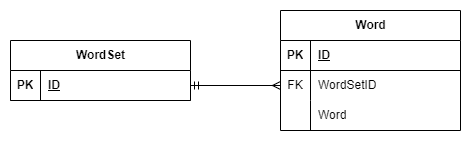
Thomas-Molen/VocabVersus keeps this draw.io diagram as Documentation/Research/Word Evaluator Research Assets/Untitled Diagram.drawio.png. Above is the earlier version. Source tidied: cells renumbered, new cells last; positions are measured from the earlier drawing's top-left corner, leaving out a move shared by most shapes. Its diagram source:
```xml
<mxGraphModel>
  <root>
    <mxCell id="0" />
    <mxCell id="1" parent="0" />
    <mxCell id="2" style="edgeStyle=orthogonalEdgeStyle;rounded=0;jettySize=auto;html=1;entryX=0;entryY=0.5;entryDx=0;entryDy=0;endArrow=ERmany;endFill=0;startArrow=ERmandOne;startFill=0;exitX=1;exitY=0.5;exitDx=0;exitDy=0;" parent="1" edge="1" source="4" target="11">
      <mxGeometry relative="1" as="geometry" />
    </mxCell>
    <mxCell id="3" value="WordSet" style="shape=table;startSize=30;rowLines=0;fontStyle=1;align=center;html=1;" parent="1" vertex="1">
      <mxGeometry y="30" width="180" height="60" as="geometry" />
    </mxCell>
    <mxCell id="4" style="shape=tableRow;horizontal=0;startSize=0;swimlaneHead=0;swimlaneBody=0;fillColor=none;points=[[0,0.5],[1,0.5]];portConstraint=eastwest;top=0;left=0;right=0;bottom=1;" parent="3" vertex="1">
      <mxGeometry y="30" width="180" height="30" as="geometry" />
    </mxCell>
    <mxCell id="5" value="PK" style="shape=partialRectangle;fillColor=none;top=0;left=0;bottom=0;right=0;fontStyle=1;overflow=hidden;whiteSpace=wrap;html=1;" parent="4" vertex="1">
      <mxGeometry width="30" height="30" as="geometry" />
    </mxCell>
    <mxCell id="6" value="ID" style="shape=partialRectangle;fillColor=none;top=0;left=0;bottom=0;right=0;align=left;spacingLeft=6;fontStyle=5;overflow=hidden;whiteSpace=wrap;html=1;" parent="4" vertex="1">
      <mxGeometry x="30" width="150" height="30" as="geometry" />
    </mxCell>
    <mxCell id="7" value="Word" style="shape=table;startSize=30;rowLines=0;fontStyle=1;align=center;html=1;" parent="1" vertex="1">
      <mxGeometry x="270" width="180" height="120" as="geometry" />
    </mxCell>
    <mxCell id="8" style="shape=tableRow;horizontal=0;startSize=0;swimlaneHead=0;swimlaneBody=0;fillColor=none;top=0;left=0;right=0;bottom=1;" parent="7" vertex="1">
      <mxGeometry y="30" width="180" height="30" as="geometry" />
    </mxCell>
    <mxCell id="9" value="PK" style="shape=partialRectangle;fillColor=none;top=0;left=0;bottom=0;right=0;fontStyle=1;overflow=hidden;whiteSpace=wrap;html=1;" parent="8" vertex="1">
      <mxGeometry width="30" height="30" as="geometry" />
    </mxCell>
    <mxCell id="10" value="ID" style="shape=partialRectangle;fillColor=none;top=0;left=0;bottom=0;right=0;align=left;spacingLeft=6;fontStyle=5;overflow=hidden;whiteSpace=wrap;html=1;" parent="8" vertex="1">
      <mxGeometry x="30" width="150" height="30" as="geometry" />
    </mxCell>
    <mxCell id="11" style="shape=tableRow;horizontal=0;startSize=0;swimlaneHead=0;swimlaneBody=0;fillColor=none;points=[[0,0.5],[1,0.5]];portConstraint=eastwest;top=0;left=0;right=0;bottom=0;" parent="7" vertex="1">
      <mxGeometry y="60" width="180" height="30" as="geometry" />
    </mxCell>
    <mxCell id="12" value="FK" style="shape=partialRectangle;fillColor=none;top=0;left=0;bottom=0;right=0;overflow=hidden;whiteSpace=wrap;html=1;" parent="11" vertex="1">
      <mxGeometry width="30" height="30" as="geometry" />
    </mxCell>
    <mxCell id="13" value="WordSetID" style="shape=partialRectangle;fillColor=none;top=0;left=0;bottom=0;right=0;align=left;spacingLeft=6;overflow=hidden;whiteSpace=wrap;html=1;" parent="11" vertex="1">
      <mxGeometry x="30" width="150" height="30" as="geometry" />
    </mxCell>
    <mxCell id="14" style="shape=tableRow;horizontal=0;startSize=0;swimlaneHead=0;swimlaneBody=0;fillColor=none;top=0;left=0;right=0;bottom=0;" parent="7" vertex="1">
      <mxGeometry y="90" width="180" height="30" as="geometry" />
    </mxCell>
    <mxCell id="15" style="shape=partialRectangle;fillColor=none;top=0;left=0;bottom=0;right=0;overflow=hidden;whiteSpace=wrap;html=1;" parent="14" vertex="1">
      <mxGeometry width="30" height="30" as="geometry" />
    </mxCell>
    <mxCell id="16" value="Word" style="shape=partialRectangle;fillColor=none;top=0;left=0;bottom=0;right=0;align=left;spacingLeft=6;overflow=hidden;whiteSpace=wrap;html=1;" parent="14" vertex="1">
      <mxGeometry x="30" width="150" height="30" as="geometry" />
    </mxCell>
  </root>
</mxGraphModel>
```
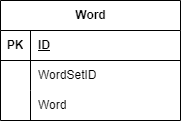
Later version of the same file.

Diff of the diagram source:
```diff
@@ -2,21 +2,6 @@
   <root>
     <mxCell id="0" />
     <mxCell id="1" parent="0" />
-    <mxCell id="2" style="edgeStyle=orthogonalEdgeStyle;rounded=0;jettySize=auto;html=1;entryX=0;entryY=0.5;entryDx=0;entryDy=0;endArrow=ERmany;endFill=0;startArrow=ERmandOne;startFill=0;exitX=1;exitY=0.5;exitDx=0;exitDy=0;" parent="1" edge="1" source="4" target="11">
-      <mxGeometry relative="1" as="geometry" />
-    </mxCell>
-    <mxCell id="3" value="WordSet" style="shape=table;startSize=30;rowLines=0;fontStyle=1;align=center;html=1;" parent="1" vertex="1">
-      <mxGeometry y="30" width="180" height="60" as="geometry" />
-    </mxCell>
-    <mxCell id="4" style="shape=tableRow;horizontal=0;startSize=0;swimlaneHead=0;swimlaneBody=0;fillColor=none;points=[[0,0.5],[1,0.5]];portConstraint=eastwest;top=0;left=0;right=0;bottom=1;" parent="3" vertex="1">
-      <mxGeometry y="30" width="180" height="30" as="geometry" />
-    </mxCell>
-    <mxCell id="5" value="PK" style="shape=partialRectangle;fillColor=none;top=0;left=0;bottom=0;right=0;fontStyle=1;overflow=hidden;whiteSpace=wrap;html=1;" parent="4" vertex="1">
-      <mxGeometry width="30" height="30" as="geometry" />
-    </mxCell>
-    <mxCell id="6" value="ID" style="shape=partialRectangle;fillColor=none;top=0;left=0;bottom=0;right=0;align=left;spacingLeft=6;fontStyle=5;overflow=hidden;whiteSpace=wrap;html=1;" parent="4" vertex="1">
-      <mxGeometry x="30" width="150" height="30" as="geometry" />
-    </mxCell>
     <mxCell id="7" value="Word" style="shape=table;startSize=30;rowLines=0;fontStyle=1;align=center;html=1;" parent="1" vertex="1">
       <mxGeometry x="270" width="180" height="120" as="geometry" />
     </mxCell>
@@ -32,7 +17,7 @@
     <mxCell id="11" style="shape=tableRow;horizontal=0;startSize=0;swimlaneHead=0;swimlaneBody=0;fillColor=none;points=[[0,0.5],[1,0.5]];portConstraint=eastwest;top=0;left=0;right=0;bottom=0;" parent="7" vertex="1">
       <mxGeometry y="60" width="180" height="30" as="geometry" />
     </mxCell>
-    <mxCell id="12" value="FK" style="shape=partialRectangle;fillColor=none;top=0;left=0;bottom=0;right=0;overflow=hidden;whiteSpace=wrap;html=1;" parent="11" vertex="1">
+    <mxCell id="12" style="shape=partialRectangle;fillColor=none;top=0;left=0;bottom=0;right=0;overflow=hidden;whiteSpace=wrap;html=1;" parent="11" vertex="1">
       <mxGeometry width="30" height="30" as="geometry" />
     </mxCell>
     <mxCell id="13" value="WordSetID" style="shape=partialRectangle;fillColor=none;top=0;left=0;bottom=0;right=0;align=left;spacingLeft=6;overflow=hidden;whiteSpace=wrap;html=1;" parent="11" vertex="1">
```
